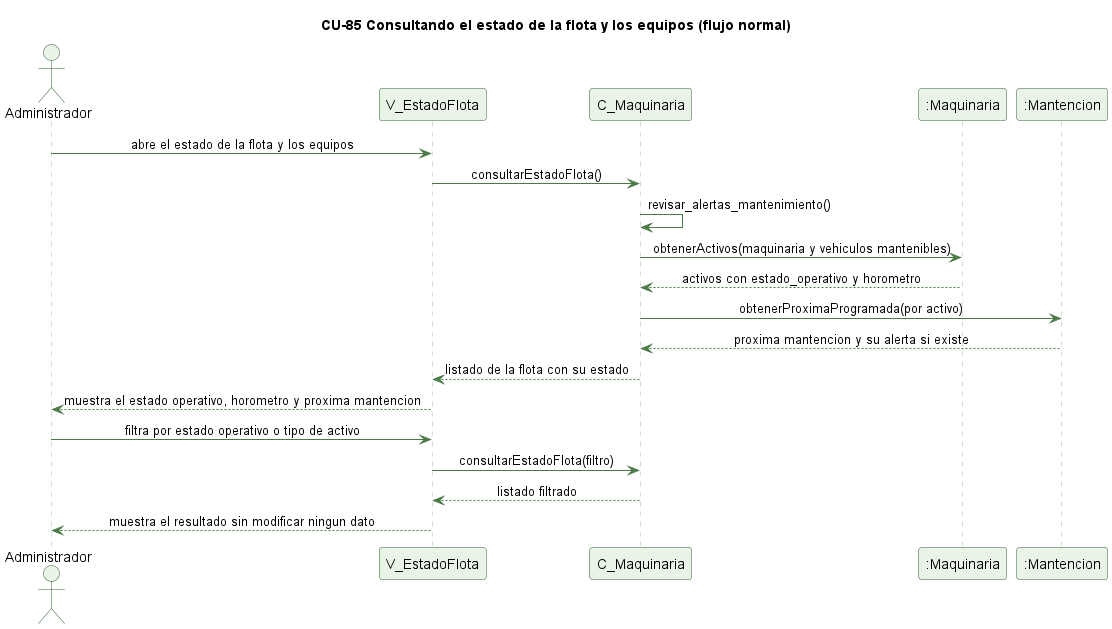
This is docs/trabajo-grupal/diagramas/secuencias/cu85-estado-flota-normal.png from kenjikaese/Triverde, a PlantUML export, as it was before one commit.
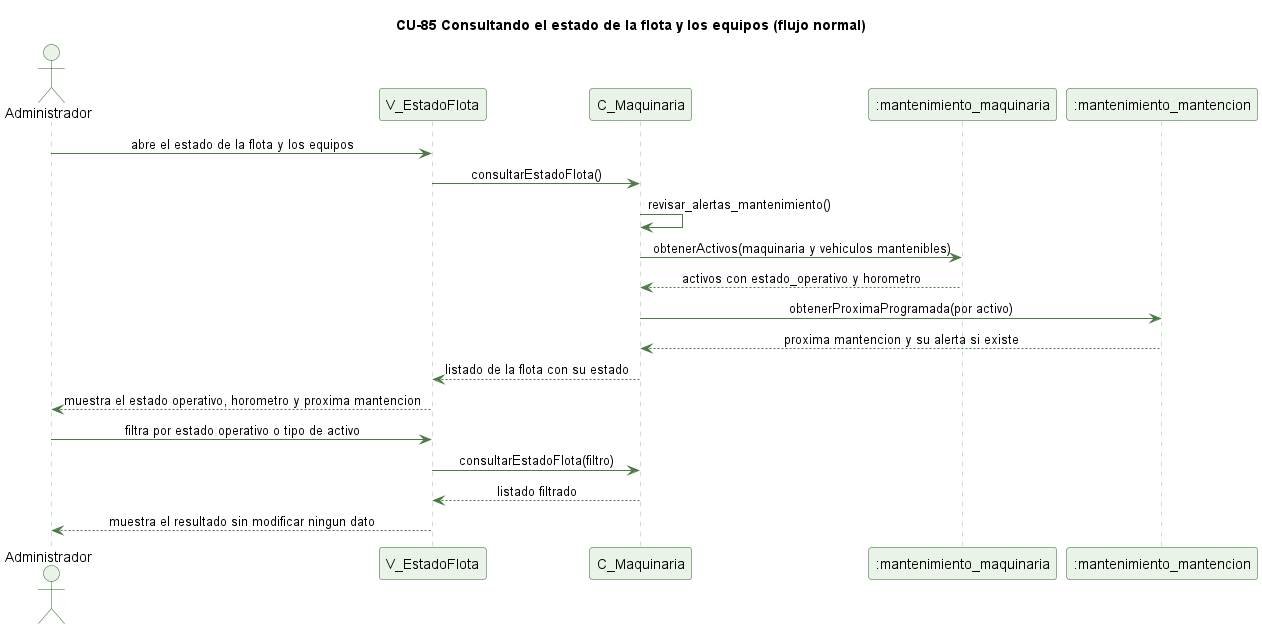
Later version of the same file.

The edit, as a diff of the source:
```diff
@@ -15,8 +15,8 @@
 actor Administrador
 participant "V_EstadoFlota" as V
 participant "C_Maquinaria" as C
-participant ":Maquinaria" as MQ
-participant ":Mantencion" as MNT
+participant ":mantenimiento_maquinaria" as MQ
+participant ":mantenimiento_mantencion" as MNT
 
 Administrador -> V : abre el estado de la flota y los equipos
 V -> C : consultarEstadoFlota()
```
